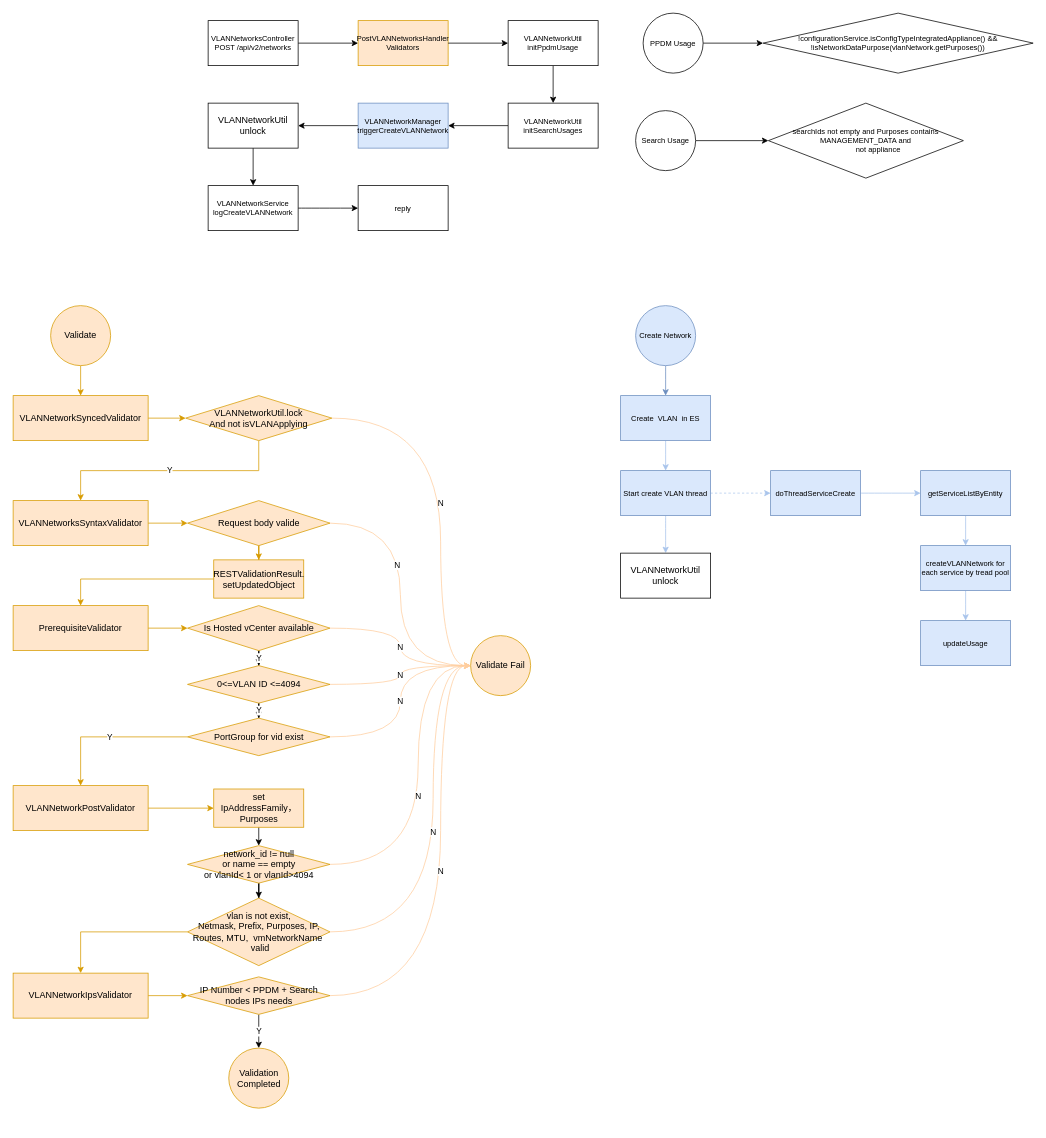
gaivin/drawio keeps this draw.io diagram as page "Create" (1 of 2) of st/network.drawio. Above is the earlier version. Source tidied: cells renumbered, new cells numbered last; positions are measured from the earlier drawing's top-left corner, leaving out a move shared by most shapes. Both pictures are drawn from the tidied source at 75%, with x=0, y=0 at pixel (13, 13).
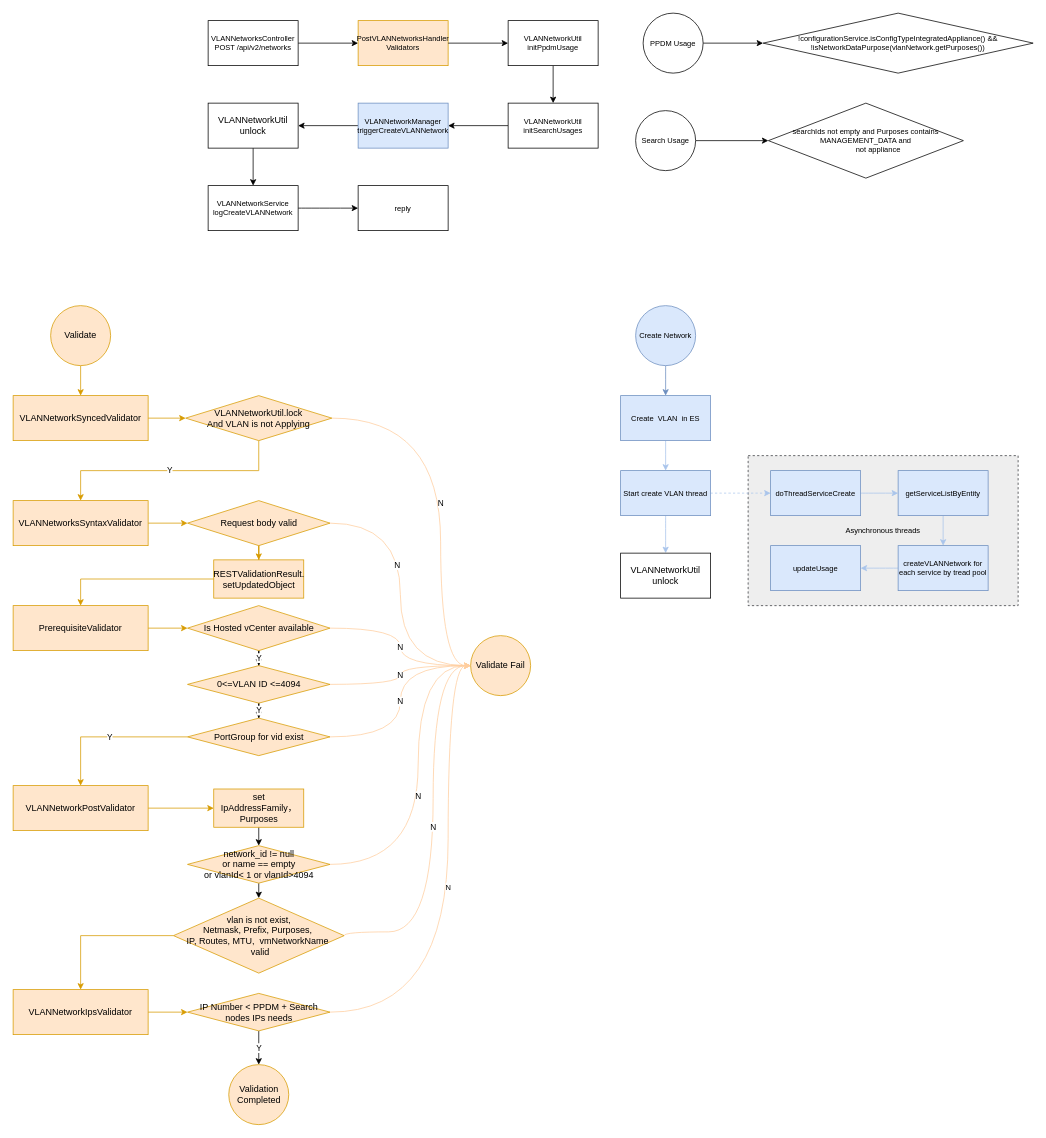
After the change.

The change refers to these unchanged cells:
```xml
<mxCell id="18" value="Validate Fail" style="ellipse;whiteSpace=wrap;html=1;fillColor=#ffe6cc;strokeColor=#d79b00;" parent="1" vertex="1">
  <mxGeometry x="610" y="830" width="80" height="80" as="geometry" />
</mxCell>
```

Change to the diagram source:
```diff
@@
+    <mxCell id="81" value="&lt;div&gt;Asynchronous threads&lt;/div&gt;" style="rounded=0;whiteSpace=wrap;html=1;fontSize=10;dashed=1;fillColor=#eeeeee;strokeColor=#36393d;" parent="1" vertex="1">
+      <mxGeometry x="980" y="590" width="360" height="200" as="geometry" />
+    </mxCell>
@@
     <mxCell id="14" value="VLANNetworkIpsValidator" style="whiteSpace=wrap;html=1;fillColor=#ffe6cc;strokeColor=#d79b00;" parent="1" vertex="1">
-      <mxGeometry y="1280" width="180" height="60" as="geometry" />
+      <mxGeometry y="1302" width="180" height="60" as="geometry" />
     </mxCell>
@@
-    <mxCell id="17" value="VLANNetworkUtil.lock&lt;br&gt;And not isVLANApplying" style="rhombus;whiteSpace=wrap;html=1;fillColor=#ffe6cc;strokeColor=#d79b00;" parent="1" vertex="1">
+    <mxCell id="17" value="VLANNetworkUtil.lock&lt;br&gt;And VLAN is not Applying" style="rhombus;whiteSpace=wrap;html=1;fillColor=#ffe6cc;strokeColor=#d79b00;" parent="1" vertex="1">
       <mxGeometry x="230" y="510" width="195" height="60" as="geometry" />
     </mxCell>
@@
-    <mxCell id="22" value="Request body valide" style="rhombus;whiteSpace=wrap;html=1;fillColor=#ffe6cc;strokeColor=#d79b00;" parent="1" vertex="1">
+    <mxCell id="22" value="Request body valid" style="rhombus;whiteSpace=wrap;html=1;fillColor=#ffe6cc;strokeColor=#d79b00;" parent="1" vertex="1">
       <mxGeometry x="232.5" y="650" width="190" height="60" as="geometry" />
     </mxCell>
@@
-    <mxCell id="40" value="vlan is not exist,&lt;br&gt;Netmask, Prefix, Purposes,&amp;nbsp;IP, Routes, MTU,&amp;nbsp; vmNetworkName&amp;nbsp;&lt;br&gt;&amp;nbsp;valid" style="rhombus;whiteSpace=wrap;html=1;fillColor=#ffe6cc;strokeColor=#d79b00;" parent="1" vertex="1">
-      <mxGeometry x="232.5" y="1180" width="190" height="90" as="geometry" />
+    <mxCell id="40" value="vlan is not exist,&lt;br&gt;Netmask, Prefix, Purposes,&amp;nbsp;&lt;br&gt;IP, Routes, MTU,&amp;nbsp; vmNetworkName&amp;nbsp;&lt;br&gt;&amp;nbsp;valid" style="rhombus;whiteSpace=wrap;html=1;fillColor=#ffe6cc;strokeColor=#d79b00;" parent="1" vertex="1">
+      <mxGeometry x="213.8" y="1180" width="227.5" height="100" as="geometry" />
     </mxCell>
+    <mxCell id="42" value="Y" style="edgeStyle=orthogonalEdgeStyle;rounded=0;jettySize=auto;html=1;exitX=0.5;exitY=1;exitDx=0;exitDy=0;" parent="1" edge="1" source="43" target="44">
+      <mxGeometry relative="1" as="geometry" />
+    </mxCell>
-    <mxCell id="41" value="N" style="edgeStyle=orthogonalEdgeStyle;rounded=0;jettySize=auto;html=1;exitX=1;exitY=0.5;exitDx=0;exitDy=0;curved=1;entryX=0;entryY=0.5;entryDx=0;entryDy=0;strokeColor=#FFCE9F;" parent="1" edge="1" source="43" target="18">
+    <mxCell id="41" value="N" style="edgeStyle=orthogonalEdgeStyle;curved=1;rounded=0;jettySize=auto;html=1;exitX=1;exitY=0.5;exitDx=0;exitDy=0;entryX=0;entryY=0.5;entryDx=0;entryDy=0;fontSize=10;strokeColor=#FFCE9F;fillColor=#ffcc99;" parent="1" edge="1" source="43" target="18">
       <mxGeometry relative="1" as="geometry">
         <Array as="points">
-          <mxPoint x="570" y="1310" />
-          <mxPoint x="570" y="870" />
+          <mxPoint x="580" y="1332" />
+          <mxPoint x="580" y="870" />
         </Array>
       </mxGeometry>
     </mxCell>
-    <mxCell id="42" value="Y" style="edgeStyle=orthogonalEdgeStyle;rounded=0;jettySize=auto;html=1;exitX=0.5;exitY=1;exitDx=0;exitDy=0;" parent="1" edge="1" source="43" target="44">
-      <mxGeometry relative="1" as="geometry" />
-    </mxCell>
     <mxCell id="43" value="IP Number &amp;lt; PPDM + Search nodes IPs needs" style="rhombus;whiteSpace=wrap;html=1;fillColor=#ffe6cc;strokeColor=#d79b00;" parent="1" vertex="1">
-      <mxGeometry x="232.5" y="1285" width="190" height="50" as="geometry" />
+      <mxGeometry x="232.5" y="1307" width="190" height="50" as="geometry" />
     </mxCell>
     <mxCell id="44" value="Validation Completed" style="ellipse;whiteSpace=wrap;html=1;fillColor=#ffe6cc;strokeColor=#d79b00;" parent="1" vertex="1">
-      <mxGeometry x="287.5" y="1380" width="80" height="80" as="geometry" />
+      <mxGeometry x="287.5" y="1402" width="80" height="80" as="geometry" />
     </mxCell>
@@
     <mxCell id="77" value="getServiceListByEntity" style="whiteSpace=wrap;html=1;fontSize=10;fillColor=#dae8fc;strokeColor=#6c8ebf;" parent="1" vertex="1">
-      <mxGeometry x="1210" y="610" width="120" height="60" as="geometry" />
+      <mxGeometry x="1180" y="610" width="120" height="60" as="geometry" />
     </mxCell>
@@
     <mxCell id="79" value="createVLANNetwork for each service by tread pool" style="whiteSpace=wrap;html=1;fontSize=10;fillColor=#dae8fc;strokeColor=#6c8ebf;" parent="1" vertex="1">
-      <mxGeometry x="1210" y="710" width="120" height="60" as="geometry" />
+      <mxGeometry x="1180" y="710" width="120" height="60" as="geometry" />
     </mxCell>
     <mxCell id="80" value="updateUsage" style="whiteSpace=wrap;html=1;fontSize=10;fillColor=#dae8fc;strokeColor=#6c8ebf;" parent="1" vertex="1">
-      <mxGeometry x="1210" y="810" width="120" height="60" as="geometry" />
+      <mxGeometry x="1010" y="710" width="120" height="60" as="geometry" />
     </mxCell>
```
